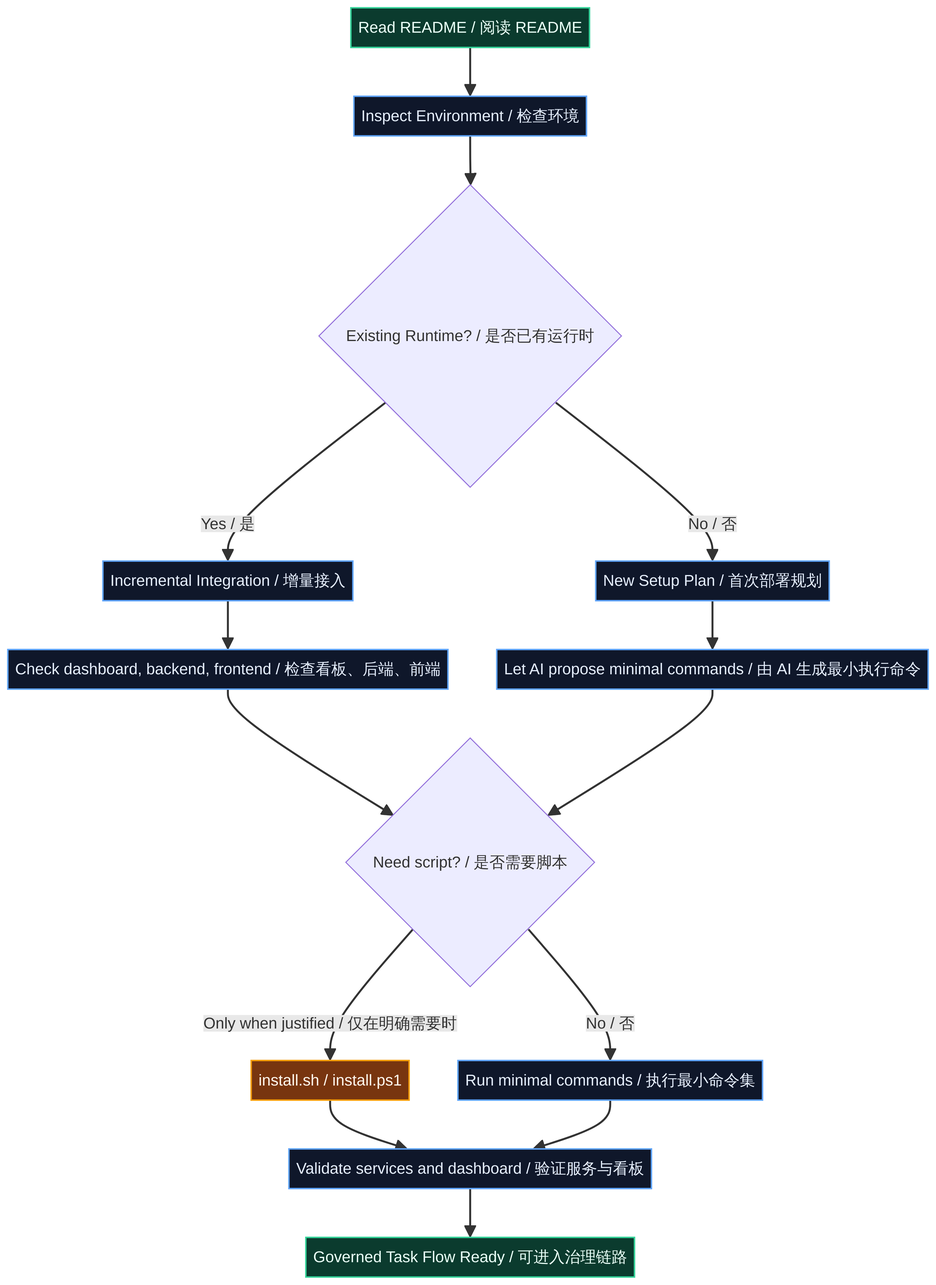
Before: docs/readme-deployment-flow.png, a diagram exported from Mermaid (JiangNanGenius/multi-agent-orchestrator). Its source is kept beside it as docs/readme-deployment-flow.mmd.
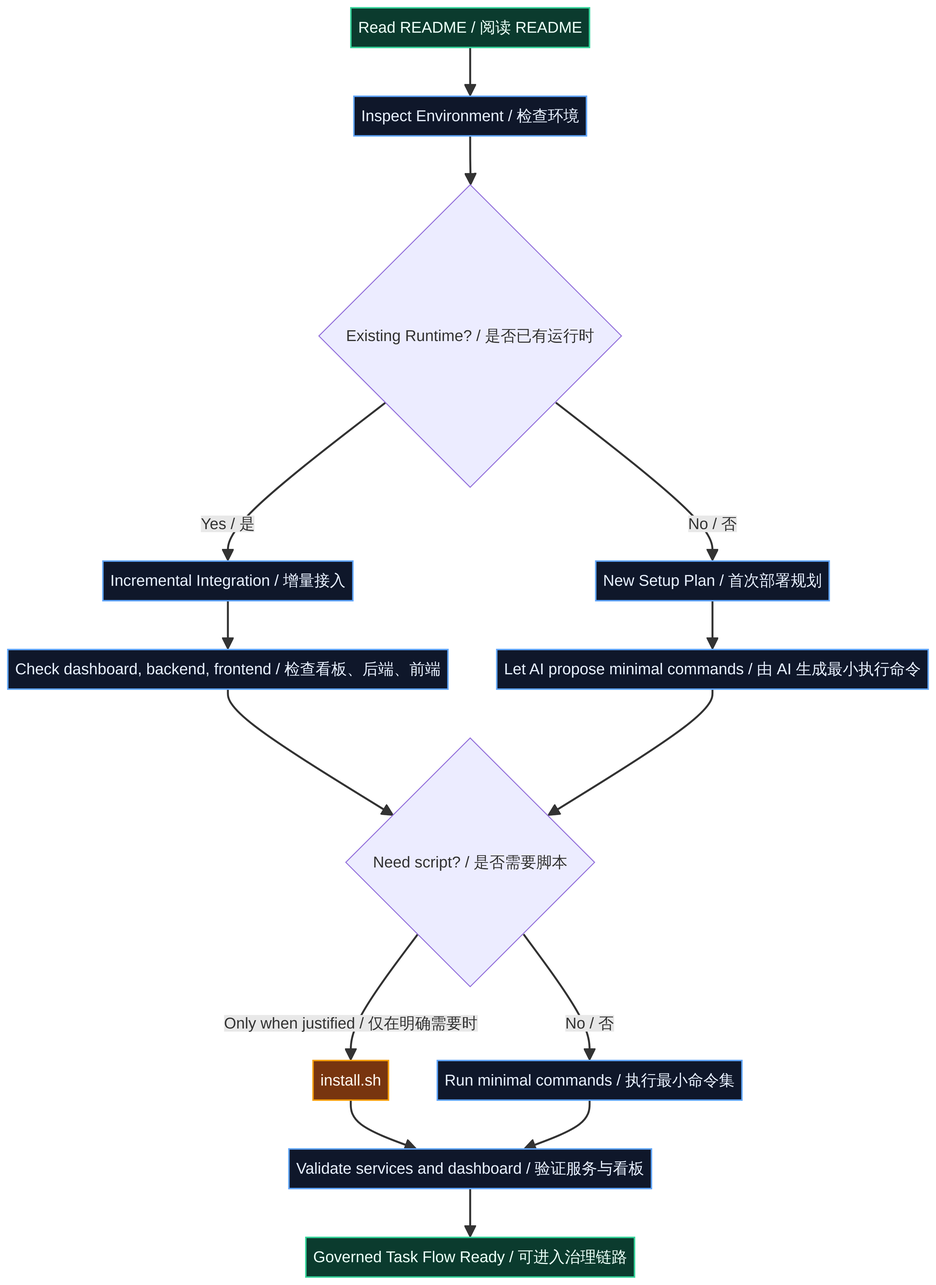
The same diagram one commit later.

What changed in the source:
```diff
@@ -11,7 +11,7 @@
     C1 --> S{Need script? / 是否需要脚本}
     C2 --> S
 
-    S -->|Only when justified / 仅在明确需要时| SH[install.sh / install.ps1]
+    S -->|Only when justified / 仅在明确需要时| SH[install.sh]
     S -->|No / 否| CM[Run minimal commands / 执行最小命令集]
 
     SH --> V[Validate services and dashboard / 验证服务与看板]
```
